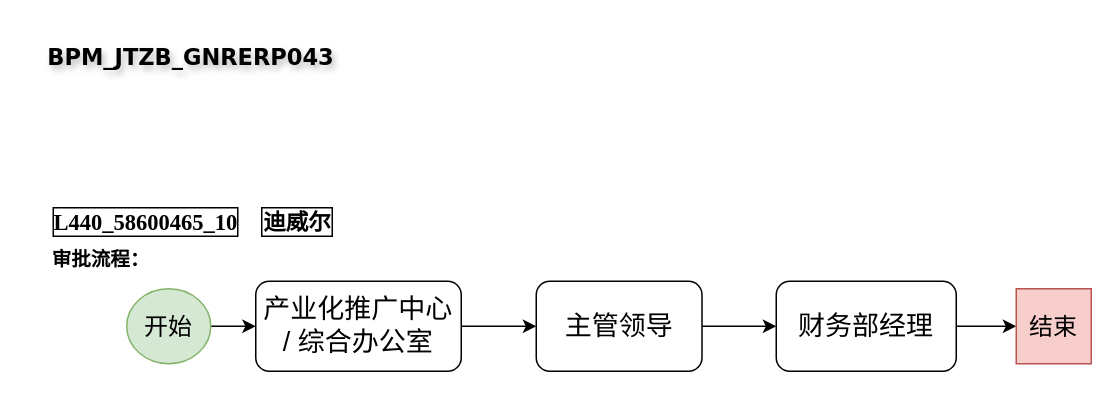
Earlier version of the draw.io diagram BPM_JTZB_GNRERP043 - L440_58600465_10.drawio (wyxvincent/flow_charts). Source tidied: cells renumbered, new cells numbered last; positions are measured from the earlier drawing's top-left corner, leaving out a move shared by most shapes. Both pictures are drawn from the tidied source at 150%, with x=0, y=0 at pixel (26, 26).
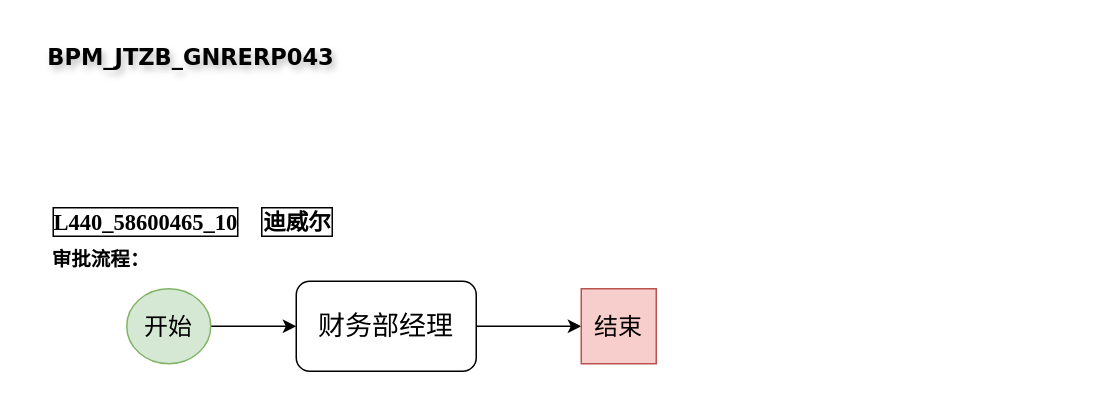
The same diagram, later.

The edit, as a diff of the source:
```diff
@@
 <mxGraphModel>
   <root>
     <mxCell id="0" />
     <mxCell id="1" parent="0" />
-    <mxCell id="2" style="edgeStyle=orthogonalEdgeStyle;rounded=0;jettySize=auto;html=1;entryX=0;entryY=0.5;entryDx=0;entryDy=0;" parent="1" edge="1" source="3" target="14">
-      <mxGeometry relative="1" as="geometry" />
-    </mxCell>
-    <mxCell id="3" value="&lt;span style=&quot;font-size: 18px;&quot;&gt;产业化推广中心 / 综合办公室&lt;/span&gt;" style="rounded=1;whiteSpace=wrap;html=1;fontSize=12;glass=0;strokeWidth=1;shadow=0;" parent="1" vertex="1">
-      <mxGeometry x="153" y="170" width="137" height="60" as="geometry" />
-    </mxCell>
-    <mxCell id="4" style="edgeStyle=orthogonalEdgeStyle;rounded=0;jettySize=auto;html=1;" parent="1" edge="1" source="5" target="3">
+    <mxCell id="4" style="edgeStyle=orthogonalEdgeStyle;rounded=0;jettySize=auto;html=1;entryX=0;entryY=0.5;entryDx=0;entryDy=0;" parent="1" edge="1" source="5" target="7">
       <mxGeometry relative="1" as="geometry" />
     </mxCell>
     <mxCell id="5" value="&lt;font style=&quot;font-size: 16px;&quot;&gt;开始&lt;/font&gt;" style="ellipse;whiteSpace=wrap;html=1;fillColor=#d5e8d4;strokeColor=#82b366;" parent="1" vertex="1">
       <mxGeometry x="67" y="175" width="56" height="50" as="geometry" />
     </mxCell>
     <mxCell id="6" style="edgeStyle=orthogonalEdgeStyle;rounded=0;jettySize=auto;html=1;" parent="1" edge="1" source="7" target="8">
       <mxGeometry relative="1" as="geometry" />
     </mxCell>
     <mxCell id="7" value="&lt;font style=&quot;font-size: 18px;&quot;&gt;财务部经理&lt;/font&gt;" style="rounded=1;whiteSpace=wrap;html=1;fontSize=12;glass=0;strokeWidth=1;shadow=0;" parent="1" vertex="1">
-      <mxGeometry x="500" y="170" width="120" height="60" as="geometry" />
+      <mxGeometry x="180" y="170" width="120" height="60" as="geometry" />
     </mxCell>
     <mxCell id="8" value="&lt;font style=&quot;font-size: 16px;&quot;&gt;结束&lt;/font&gt;" style="whiteSpace=wrap;html=1;fillColor=#f8cecc;strokeColor=#b85450;" parent="1" vertex="1">
-      <mxGeometry x="660" y="175" width="50" height="50" as="geometry" />
+      <mxGeometry x="370" y="175" width="50" height="50" as="geometry" />
     </mxCell>
     <mxCell id="9" value="BPM_JTZB_GNRERP043" style="text;html=1;align=center;verticalAlign=middle;whiteSpace=wrap;rounded=0;fontStyle=1;fontFamily=Verdana;fontSize=15;labelBorderColor=none;labelBackgroundColor=none;textShadow=1;" parent="1" vertex="1">
       <mxGeometry width="220" height="40" as="geometry" />
     </mxCell>
     <mxCell id="10" value="L440_58600465_10" style="text;html=1;align=center;verticalAlign=middle;whiteSpace=wrap;rounded=0;fontStyle=1;fontFamily=Times New Roman;fontSize=15;labelBackgroundColor=none;labelBorderColor=default;" parent="1" vertex="1">
       <mxGeometry x="10" y="110" width="140" height="40" as="geometry" />
     </mxCell>
     <mxCell id="11" value="迪威尔" style="text;html=1;align=center;verticalAlign=middle;whiteSpace=wrap;rounded=0;fontStyle=1;fontFamily=Times New Roman;fontSize=15;labelBorderColor=default;" parent="1" vertex="1">
       <mxGeometry x="153" y="110" width="56" height="40" as="geometry" />
     </mxCell>
     <mxCell id="12" value="审批流程：" style="text;html=1;align=center;verticalAlign=middle;whiteSpace=wrap;rounded=0;fontStyle=1;fontFamily=Times New Roman;fontSize=13;textShadow=0;" parent="1" vertex="1">
       <mxGeometry x="10" y="135" width="80" height="40" as="geometry" />
     </mxCell>
-    <mxCell id="13" style="edgeStyle=orthogonalEdgeStyle;rounded=0;jettySize=auto;html=1;entryX=0;entryY=0.5;entryDx=0;entryDy=0;" parent="1" edge="1" source="14" target="7">
-      <mxGeometry relative="1" as="geometry" />
-    </mxCell>
-    <mxCell id="14" value="&lt;font style=&quot;font-size: 18px;&quot;&gt;主管领导&lt;/font&gt;" style="rounded=1;whiteSpace=wrap;html=1;fontSize=12;glass=0;strokeWidth=1;shadow=0;" parent="1" vertex="1">
-      <mxGeometry x="340" y="170" width="110.5" height="60" as="geometry" />
-    </mxCell>
   </root>
 </mxGraphModel>
```
